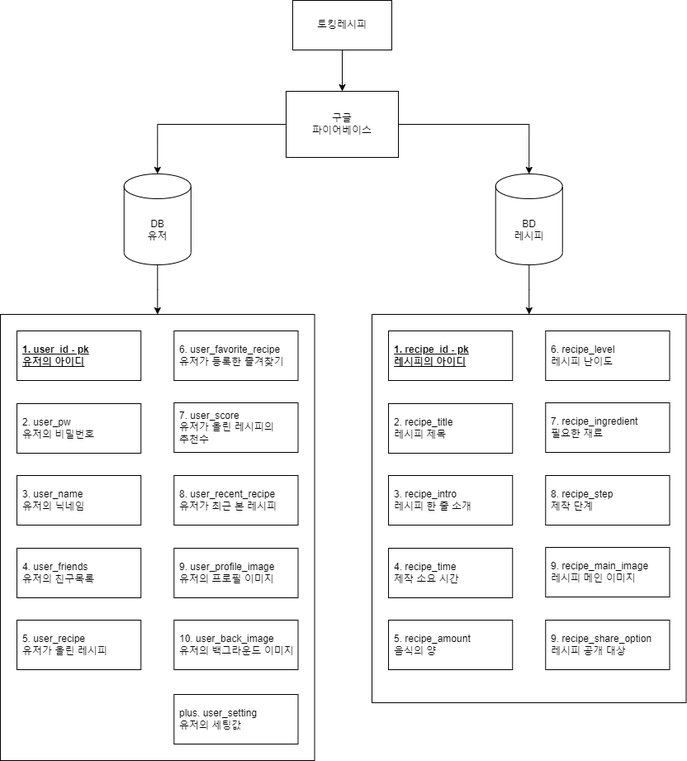
Before: 데이터베이스 구조.png, a diagram exported from draw.io (Jiy-park/KNU-Capstone_Recipe). Source tidied: cells renumbered, new cells last; positions are measured from the earlier drawing's top-left corner, leaving out a move shared by most shapes.
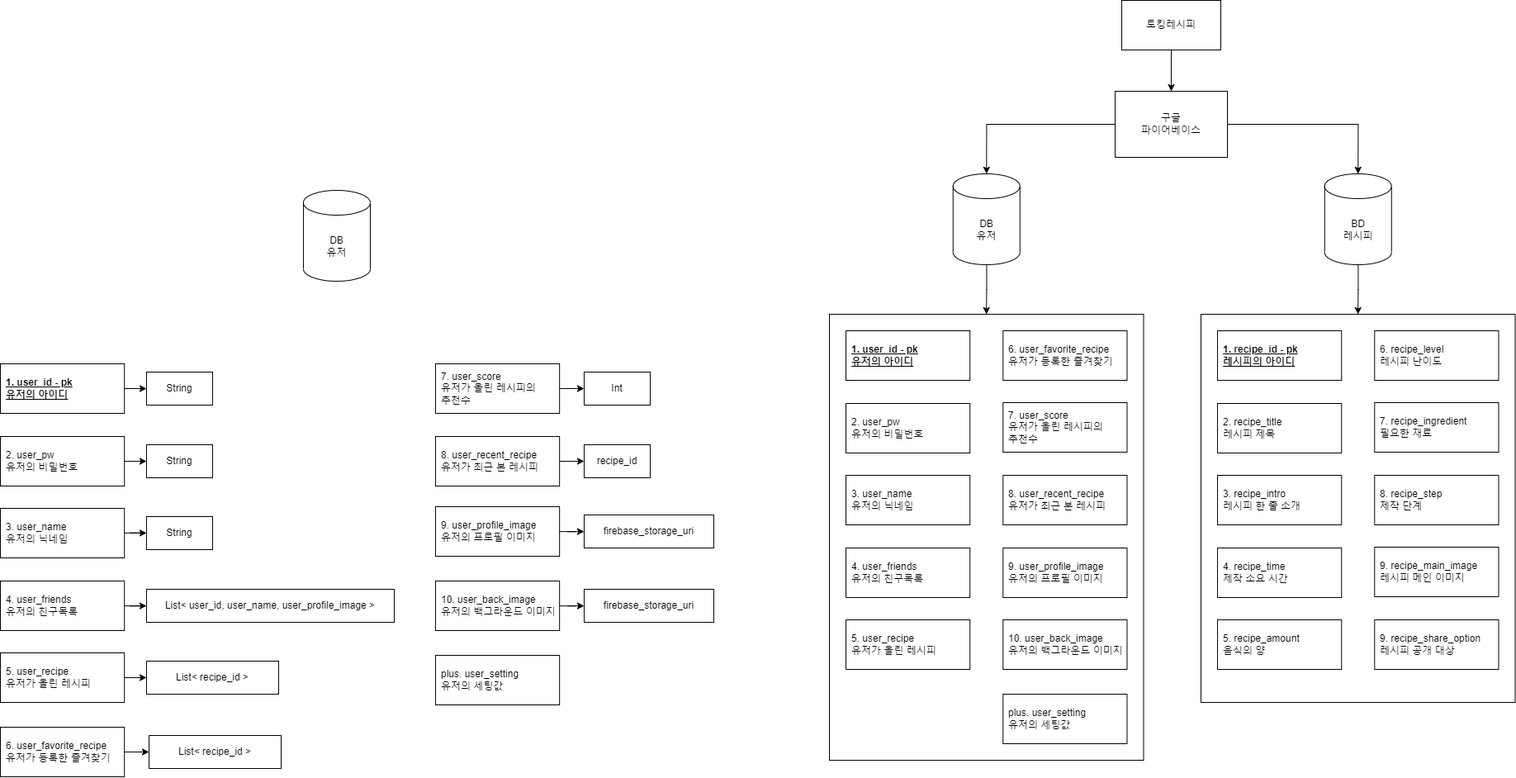
After the change.

Commit message:
데이터베이스 구조.png 업데이트

The edit, as a diff of the source:
```diff
@@ -2,34 +2,130 @@
   <root>
     <mxCell id="0" />
     <mxCell id="1" parent="0" />
-    <mxCell id="2" style="edgeStyle=orthogonalEdgeStyle;rounded=0;jettySize=auto;html=1;" parent="1" edge="1" source="3" target="23">
-      <mxGeometry relative="1" as="geometry" />
-    </mxCell>
+    <mxCell id="35" style="group;" parent="1" vertex="1">
+      <mxGeometry x="-1004" y="230" width="863.9" height="710" as="geometry" />
+    </mxCell>
+    <mxCell id="36" value="DB&lt;br style=&quot;font-size: 12px;&quot;&gt;유저" style="shape=cylinder3;whiteSpace=wrap;html=1;boundedLbl=1;backgroundOutline=1;size=15;fontSize=12;" parent="35" vertex="1">
+      <mxGeometry x="367" width="81" height="110" as="geometry" />
+    </mxCell>
+    <mxCell id="37" value="&lt;u style=&quot;border-color: var(--border-color);&quot;&gt;1. user_id - pk&lt;br style=&quot;border-color: var(--border-color);&quot;&gt;유저의 아이디&lt;/u&gt;" style="rounded=0;whiteSpace=wrap;html=1;fontSize=12;flipV=0;align=left;fontStyle=1;spacingRight=0;spacingLeft=5;" parent="35" vertex="1">
+      <mxGeometry y="210" width="150.2" height="60" as="geometry" />
+    </mxCell>
+    <mxCell id="38" value="2. user_pw&lt;br style=&quot;font-size: 12px;&quot;&gt;유저의 비밀번호" style="rounded=0;whiteSpace=wrap;html=1;fontSize=12;flipV=0;align=left;spacingRight=0;spacingLeft=5;" parent="35" vertex="1">
+      <mxGeometry y="298" width="150.2" height="60" as="geometry" />
+    </mxCell>
+    <mxCell id="39" value="3. user_name&lt;br style=&quot;font-size: 12px;&quot;&gt;유저의 닉네임" style="rounded=0;whiteSpace=wrap;html=1;fontSize=12;flipV=0;align=left;spacingRight=0;spacingLeft=5;" parent="35" vertex="1">
+      <mxGeometry y="385" width="150.2" height="60" as="geometry" />
+    </mxCell>
+    <mxCell id="40" value="4. user_friends&lt;br style=&quot;font-size: 12px;&quot;&gt;유저의 친구목록" style="rounded=0;whiteSpace=wrap;html=1;fontSize=12;flipV=0;align=left;spacingRight=0;spacingLeft=5;" parent="35" vertex="1">
+      <mxGeometry y="473" width="150.2" height="60" as="geometry" />
+    </mxCell>
+    <mxCell id="41" value="5. user_recipe&lt;br&gt;유저가 올린 레시피" style="rounded=0;whiteSpace=wrap;html=1;fontSize=12;flipV=0;align=left;spacingRight=0;spacingLeft=5;" parent="35" vertex="1">
+      <mxGeometry y="560" width="150.2" height="60" as="geometry" />
+    </mxCell>
+    <mxCell id="42" value="6. user_favorite_recipe&lt;br&gt;유저가 등록한 즐겨찾기" style="rounded=0;whiteSpace=wrap;html=1;fontSize=12;flipV=0;align=left;spacingRight=0;spacingLeft=5;" parent="35" vertex="1">
+      <mxGeometry y="650" width="150.2" height="60" as="geometry" />
+    </mxCell>
+    <mxCell id="43" value="7. user_score&lt;br&gt;유저가 올린 레시피의 &lt;br&gt;추천수" style="rounded=0;whiteSpace=wrap;html=1;fontSize=12;flipV=0;align=left;spacingRight=0;spacingLeft=5;" parent="35" vertex="1">
+      <mxGeometry x="527" y="210" width="150.2" height="60" as="geometry" />
+    </mxCell>
+    <mxCell id="44" value="8. user_recent_recipe&lt;br&gt;유저가 최근 본 레시피" style="rounded=0;whiteSpace=wrap;html=1;fontSize=12;flipV=0;align=left;spacingRight=0;spacingLeft=5;" parent="35" vertex="1">
+      <mxGeometry x="527" y="298" width="150.2" height="60" as="geometry" />
+    </mxCell>
+    <mxCell id="45" value="plus. user_setting&lt;br&gt;유저의 세팅값" style="rounded=0;whiteSpace=wrap;html=1;fontSize=12;flipV=0;align=left;spacingRight=0;spacingLeft=5;" parent="35" vertex="1">
+      <mxGeometry x="527" y="563" width="150.2" height="60" as="geometry" />
+    </mxCell>
+    <mxCell id="46" value="&lt;span style=&quot;font-weight: normal;&quot;&gt;String&lt;br&gt;&lt;/span&gt;" style="rounded=0;whiteSpace=wrap;html=1;fontSize=12;flipV=1;align=center;fontStyle=1;spacingRight=0;spacingLeft=0;" parent="35" vertex="1">
+      <mxGeometry x="177" y="220" width="80" height="40" as="geometry" />
+    </mxCell>
+    <mxCell id="47" style="edgeStyle=orthogonalEdgeStyle;rounded=0;jettySize=auto;html=1;" parent="35" edge="1" source="37" target="46">
+      <mxGeometry relative="1" as="geometry" />
+    </mxCell>
+    <mxCell id="48" value="&lt;span style=&quot;font-weight: normal;&quot;&gt;String&lt;br&gt;&lt;/span&gt;" style="rounded=0;whiteSpace=wrap;html=1;fontSize=12;flipV=1;align=center;fontStyle=1;spacingRight=0;spacingLeft=0;" parent="35" vertex="1">
+      <mxGeometry x="177" y="308" width="80" height="40" as="geometry" />
+    </mxCell>
+    <mxCell id="49" style="edgeStyle=orthogonalEdgeStyle;rounded=0;jettySize=auto;html=1;" parent="35" edge="1" source="38" target="48">
+      <mxGeometry relative="1" as="geometry" />
+    </mxCell>
+    <mxCell id="50" value="&lt;span style=&quot;font-weight: normal;&quot;&gt;String&lt;br&gt;&lt;/span&gt;" style="rounded=0;whiteSpace=wrap;html=1;fontSize=12;flipV=1;align=center;fontStyle=1;spacingRight=0;spacingLeft=0;" parent="35" vertex="1">
+      <mxGeometry x="177" y="395" width="80" height="40" as="geometry" />
+    </mxCell>
+    <mxCell id="51" style="edgeStyle=orthogonalEdgeStyle;rounded=0;jettySize=auto;html=1;" parent="35" edge="1" source="39" target="50">
+      <mxGeometry relative="1" as="geometry" />
+    </mxCell>
+    <mxCell id="52" value="&lt;span style=&quot;font-weight: normal;&quot;&gt;Int&lt;br&gt;&lt;/span&gt;" style="rounded=0;whiteSpace=wrap;html=1;fontSize=12;flipV=1;align=center;fontStyle=1;spacingRight=0;spacingLeft=0;" parent="35" vertex="1">
+      <mxGeometry x="707" y="220" width="80" height="40" as="geometry" />
+    </mxCell>
+    <mxCell id="53" style="edgeStyle=orthogonalEdgeStyle;rounded=0;jettySize=auto;html=1;" parent="35" edge="1" source="43" target="52">
+      <mxGeometry relative="1" as="geometry" />
+    </mxCell>
+    <mxCell id="54" value="&lt;span style=&quot;font-weight: 400;&quot;&gt;recipe_id&lt;/span&gt;" style="rounded=0;whiteSpace=wrap;html=1;fontSize=12;flipV=1;align=center;fontStyle=1;spacingRight=0;spacingLeft=0;" parent="35" vertex="1">
+      <mxGeometry x="707" y="308" width="80" height="40" as="geometry" />
+    </mxCell>
+    <mxCell id="55" style="edgeStyle=orthogonalEdgeStyle;rounded=0;jettySize=auto;html=1;" parent="35" edge="1" source="44" target="54">
+      <mxGeometry relative="1" as="geometry" />
+    </mxCell>
+    <mxCell id="56" value="&lt;span style=&quot;font-weight: normal;&quot;&gt;List&amp;lt; user_id, user_name, user_profile_image &amp;gt;&lt;br&gt;&lt;/span&gt;" style="rounded=0;whiteSpace=wrap;html=1;fontSize=12;flipV=1;align=center;fontStyle=1;spacingRight=0;spacingLeft=0;" parent="35" vertex="1">
+      <mxGeometry x="177" y="483" width="300" height="40" as="geometry" />
+    </mxCell>
+    <mxCell id="57" style="edgeStyle=orthogonalEdgeStyle;rounded=0;jettySize=auto;html=1;" parent="35" edge="1" source="40" target="56">
+      <mxGeometry relative="1" as="geometry" />
+    </mxCell>
+    <mxCell id="58" value="&lt;span style=&quot;font-weight: normal;&quot;&gt;List&amp;lt; recipe_id &amp;gt;&lt;br&gt;&lt;/span&gt;" style="rounded=0;whiteSpace=wrap;html=1;fontSize=12;flipV=1;align=center;fontStyle=1;spacingRight=0;spacingLeft=0;" parent="35" vertex="1">
+      <mxGeometry x="177" y="570" width="160" height="40" as="geometry" />
+    </mxCell>
+    <mxCell id="59" style="edgeStyle=orthogonalEdgeStyle;rounded=0;jettySize=auto;html=1;" parent="35" edge="1" source="41" target="58">
+      <mxGeometry relative="1" as="geometry" />
+    </mxCell>
+    <mxCell id="60" value="&lt;span style=&quot;font-weight: normal;&quot;&gt;List&amp;lt; recipe_id &amp;gt;&lt;br&gt;&lt;/span&gt;" style="rounded=0;whiteSpace=wrap;html=1;fontSize=12;flipV=1;align=center;fontStyle=1;spacingRight=0;spacingLeft=0;" parent="35" vertex="1">
+      <mxGeometry x="180" y="660" width="160" height="40" as="geometry" />
+    </mxCell>
+    <mxCell id="61" style="edgeStyle=orthogonalEdgeStyle;rounded=0;jettySize=auto;html=1;" parent="35" edge="1" source="42" target="60">
+      <mxGeometry relative="1" as="geometry" />
+    </mxCell>
+    <mxCell id="62" value="9. user_profile_image&lt;br style=&quot;border-color: var(--border-color);&quot;&gt;유저의 프로필 이미지" style="rounded=0;whiteSpace=wrap;html=1;fontSize=12;flipV=0;align=left;spacingRight=0;spacingLeft=5;" parent="35" vertex="1">
+      <mxGeometry x="527" y="383" width="150.2" height="60" as="geometry" />
+    </mxCell>
+    <mxCell id="63" value="&lt;span style=&quot;font-weight: 400;&quot;&gt;firebase_storage_uri&lt;/span&gt;" style="rounded=0;whiteSpace=wrap;html=1;fontSize=12;flipV=1;align=center;fontStyle=1;spacingRight=0;spacingLeft=0;" parent="35" vertex="1">
+      <mxGeometry x="707" y="393" width="157" height="40" as="geometry" />
+    </mxCell>
+    <mxCell id="64" style="edgeStyle=orthogonalEdgeStyle;rounded=0;jettySize=auto;html=1;" parent="35" edge="1" source="62" target="63">
+      <mxGeometry relative="1" as="geometry" />
+    </mxCell>
+    <mxCell id="65" value="10. user_back_image&lt;br style=&quot;border-color: var(--border-color);&quot;&gt;유저의 백그라운드 이미지" style="rounded=0;whiteSpace=wrap;html=1;fontSize=12;flipV=0;align=left;spacingRight=0;spacingLeft=5;" parent="35" vertex="1">
+      <mxGeometry x="527" y="473" width="150.2" height="60" as="geometry" />
+    </mxCell>
+    <mxCell id="66" value="&lt;span style=&quot;font-weight: normal;&quot;&gt;firebase_storage_uri&lt;/span&gt;" style="rounded=0;whiteSpace=wrap;html=1;fontSize=12;flipV=1;align=center;fontStyle=1;spacingRight=0;spacingLeft=0;" parent="35" vertex="1">
+      <mxGeometry x="707" y="483" width="157" height="40" as="geometry" />
+    </mxCell>
+    <mxCell id="67" style="edgeStyle=orthogonalEdgeStyle;rounded=0;jettySize=auto;html=1;" parent="35" edge="1" source="65" target="66">
+      <mxGeometry relative="1" as="geometry" />
+    </mxCell>
+    <mxCell id="68" style="group;" parent="1" vertex="1">
+      <mxGeometry width="830.5" height="920" as="geometry" />
+    </mxCell>
-    <mxCell id="3" value="DB&lt;br style=&quot;font-size: 12px;&quot;&gt;유저" style="shape=cylinder3;whiteSpace=wrap;html=1;boundedLbl=1;backgroundOutline=1;size=15;fontSize=12;" parent="1" vertex="1">
+    <mxCell id="3" value="DB&lt;br style=&quot;font-size: 12px;&quot;&gt;유저" style="shape=cylinder3;whiteSpace=wrap;html=1;boundedLbl=1;backgroundOutline=1;size=15;fontSize=12;" parent="68" vertex="1">
       <mxGeometry x="149.8" y="210" width="81" height="110" as="geometry" />
     </mxCell>
-    <mxCell id="4" style="edgeStyle=orthogonalEdgeStyle;rounded=0;jettySize=auto;html=1;" parent="1" edge="1" source="5" target="12">
-      <mxGeometry relative="1" as="geometry" />
-    </mxCell>
-    <mxCell id="5" value="BD&lt;br style=&quot;font-size: 12px;&quot;&gt;레시피" style="shape=cylinder3;whiteSpace=wrap;html=1;boundedLbl=1;backgroundOutline=1;size=15;fontSize=12;" parent="1" vertex="1">
+    <mxCell id="5" value="BD&lt;br style=&quot;font-size: 12px;&quot;&gt;레시피" style="shape=cylinder3;whiteSpace=wrap;html=1;boundedLbl=1;backgroundOutline=1;size=15;fontSize=12;" parent="68" vertex="1">
       <mxGeometry x="599.8" y="210" width="81" height="110" as="geometry" />
     </mxCell>
-    <mxCell id="6" style="edgeStyle=orthogonalEdgeStyle;rounded=0;jettySize=auto;html=1;entryX=0.5;entryY=0;entryDx=0;entryDy=0;entryPerimeter=0;fontSize=12;" parent="1" edge="1" source="8" target="3">
+    <mxCell id="6" style="edgeStyle=orthogonalEdgeStyle;rounded=0;jettySize=auto;html=1;entryX=0.5;entryY=0;entryDx=0;entryDy=0;entryPerimeter=0;fontSize=12;" parent="68" edge="1" source="8" target="3">
       <mxGeometry relative="1" as="geometry" />
     </mxCell>
-    <mxCell id="7" style="edgeStyle=orthogonalEdgeStyle;rounded=0;jettySize=auto;html=1;entryX=0.5;entryY=0;entryDx=0;entryDy=0;entryPerimeter=0;fontSize=12;" parent="1" edge="1" source="8" target="5">
+    <mxCell id="7" style="edgeStyle=orthogonalEdgeStyle;rounded=0;jettySize=auto;html=1;entryX=0.5;entryY=0;entryDx=0;entryDy=0;entryPerimeter=0;fontSize=12;" parent="68" edge="1" source="8" target="5">
       <mxGeometry relative="1" as="geometry" />
     </mxCell>
-    <mxCell id="8" value="구글 &lt;br style=&quot;font-size: 12px;&quot;&gt;파이어베이스" style="whiteSpace=wrap;html=1;fontSize=12;" parent="1" vertex="1">
+    <mxCell id="8" value="구글 &lt;br style=&quot;font-size: 12px;&quot;&gt;파이어베이스" style="whiteSpace=wrap;html=1;fontSize=12;" parent="68" vertex="1">
       <mxGeometry x="346" y="110" width="136" height="80" as="geometry" />
     </mxCell>
-    <mxCell id="9" style="edgeStyle=orthogonalEdgeStyle;rounded=0;jettySize=auto;html=1;entryX=0.5;entryY=0;entryDx=0;entryDy=0;" parent="1" edge="1" source="10" target="8">
+    <mxCell id="9" style="edgeStyle=orthogonalEdgeStyle;rounded=0;jettySize=auto;html=1;entryX=0.5;entryY=0;entryDx=0;entryDy=0;" parent="68" edge="1" source="10" target="8">
       <mxGeometry relative="1" as="geometry" />
     </mxCell>
-    <mxCell id="10" value="&lt;font style=&quot;font-size: 12px;&quot;&gt;토킹레시피&lt;/font&gt;" style="rounded=0;whiteSpace=wrap;html=1;fontSize=12;" parent="1" vertex="1">
+    <mxCell id="10" value="&lt;font style=&quot;font-size: 12px;&quot;&gt;토킹레시피&lt;/font&gt;" style="rounded=0;whiteSpace=wrap;html=1;fontSize=12;" parent="68" vertex="1">
       <mxGeometry x="354" width="120" height="60" as="geometry" />
     </mxCell>
-    <mxCell id="11" style="group;" parent="1" vertex="1">
+    <mxCell id="11" style="group;" parent="68" vertex="1">
       <mxGeometry x="450" y="380" width="380.5" height="470" as="geometry" />
     </mxCell>
     <mxCell id="12" style="rounded=0;whiteSpace=wrap;html=1;" parent="11" vertex="1">
@@ -65,41 +161,50 @@
     <mxCell id="22" value="9. recipe_share_option&lt;br&gt;레시피 공개 대상" style="rounded=0;whiteSpace=wrap;html=1;fontSize=12;flipV=1;align=left;spacingRight=0;spacingLeft=5;" parent="11" vertex="1">
       <mxGeometry x="210.3" y="370" width="150.2" height="60" as="geometry" />
     </mxCell>
+    <mxCell id="4" style="edgeStyle=orthogonalEdgeStyle;rounded=0;jettySize=auto;html=1;" parent="68" edge="1" source="5" target="12">
+      <mxGeometry relative="1" as="geometry" />
+    </mxCell>
+    <mxCell id="69" style="group;" parent="68" vertex="1">
+      <mxGeometry y="380" width="380.5" height="540" as="geometry" />
+    </mxCell>
-    <mxCell id="23" style="rounded=0;whiteSpace=wrap;html=1;" parent="1" vertex="1">
-      <mxGeometry y="380" width="380.5" height="540" as="geometry" />
+    <mxCell id="23" style="rounded=0;whiteSpace=wrap;html=1;" parent="69" vertex="1">
+      <mxGeometry width="380.5" height="540" as="geometry" />
     </mxCell>
-    <mxCell id="24" value="&lt;u&gt;1. user_id - pk&lt;br style=&quot;font-size: 12px;&quot;&gt;유저의 아이디&lt;/u&gt;" style="rounded=0;whiteSpace=wrap;html=1;fontSize=12;flipV=1;align=left;fontStyle=1;spacingRight=0;spacingLeft=5;" parent="1" vertex="1">
-      <mxGeometry x="20" y="400" width="150.2" height="60" as="geometry" />
+    <mxCell id="24" value="&lt;u&gt;1. user_id - pk&lt;br style=&quot;font-size: 12px;&quot;&gt;유저의 아이디&lt;/u&gt;" style="rounded=0;whiteSpace=wrap;html=1;fontSize=12;flipV=1;align=left;fontStyle=1;spacingRight=0;spacingLeft=5;" parent="69" vertex="1">
+      <mxGeometry x="20" y="20" width="150.2" height="60" as="geometry" />
     </mxCell>
-    <mxCell id="25" value="2. user_pw&lt;br style=&quot;font-size: 12px;&quot;&gt;유저의 비밀번호" style="rounded=0;whiteSpace=wrap;html=1;fontSize=12;flipV=1;align=left;spacingRight=0;spacingLeft=5;" parent="1" vertex="1">
-      <mxGeometry x="20" y="488" width="150.2" height="60" as="geometry" />
+    <mxCell id="25" value="2. user_pw&lt;br style=&quot;font-size: 12px;&quot;&gt;유저의 비밀번호" style="rounded=0;whiteSpace=wrap;html=1;fontSize=12;flipV=1;align=left;spacingRight=0;spacingLeft=5;" parent="69" vertex="1">
+      <mxGeometry x="20" y="108" width="150.2" height="60" as="geometry" />
     </mxCell>
-    <mxCell id="26" value="3. user_name&lt;br style=&quot;font-size: 12px;&quot;&gt;유저의 닉네임" style="rounded=0;whiteSpace=wrap;html=1;fontSize=12;flipV=1;align=left;spacingRight=0;spacingLeft=5;" parent="1" vertex="1">
-      <mxGeometry x="20" y="575" width="150.2" height="60" as="geometry" />
+    <mxCell id="26" value="3. user_name&lt;br style=&quot;font-size: 12px;&quot;&gt;유저의 닉네임" style="rounded=0;whiteSpace=wrap;html=1;fontSize=12;flipV=1;align=left;spacingRight=0;spacingLeft=5;" parent="69" vertex="1">
+      <mxGeometry x="20" y="195" width="150.2" height="60" as="geometry" />
     </mxCell>
-    <mxCell id="27" value="4. user_friends&lt;br style=&quot;font-size: 12px;&quot;&gt;유저의 친구목록" style="rounded=0;whiteSpace=wrap;html=1;fontSize=12;flipV=1;align=left;spacingRight=0;spacingLeft=5;" parent="1" vertex="1">
-      <mxGeometry x="20" y="663" width="150.2" height="60" as="geometry" />
+    <mxCell id="27" value="4. user_friends&lt;br style=&quot;font-size: 12px;&quot;&gt;유저의 친구목록" style="rounded=0;whiteSpace=wrap;html=1;fontSize=12;flipV=1;align=left;spacingRight=0;spacingLeft=5;" parent="69" vertex="1">
+      <mxGeometry x="20" y="283" width="150.2" height="60" as="geometry" />
     </mxCell>
-    <mxCell id="28" value="5. user_recipe&lt;br&gt;유저가 올린 레시피" style="rounded=0;whiteSpace=wrap;html=1;fontSize=12;flipV=1;align=left;spacingRight=0;spacingLeft=5;" parent="1" vertex="1">
-      <mxGeometry x="20" y="750" width="150.2" height="60" as="geometry" />
+    <mxCell id="28" value="5. user_recipe&lt;br&gt;유저가 올린 레시피" style="rounded=0;whiteSpace=wrap;html=1;fontSize=12;flipV=1;align=left;spacingRight=0;spacingLeft=5;" parent="69" vertex="1">
+      <mxGeometry x="20" y="370" width="150.2" height="60" as="geometry" />
     </mxCell>
-    <mxCell id="29" value="6. user_favorite_recipe&lt;br&gt;유저가 등록한 즐겨찾기" style="rounded=0;whiteSpace=wrap;html=1;fontSize=12;flipV=1;align=left;spacingRight=0;spacingLeft=5;" parent="1" vertex="1">
-      <mxGeometry x="210.3" y="400" width="150.2" height="60" as="geometry" />
+    <mxCell id="29" value="6. user_favorite_recipe&lt;br&gt;유저가 등록한 즐겨찾기" style="rounded=0;whiteSpace=wrap;html=1;fontSize=12;flipV=1;align=left;spacingRight=0;spacingLeft=5;" parent="69" vertex="1">
+      <mxGeometry x="210.3" y="20" width="150.2" height="60" as="geometry" />
     </mxCell>
-    <mxCell id="30" value="7. user_score&lt;br&gt;유저가 올린 레시피의 &lt;br&gt;추천수" style="rounded=0;whiteSpace=wrap;html=1;fontSize=12;flipV=1;align=left;spacingRight=0;spacingLeft=5;" parent="1" vertex="1">
-      <mxGeometry x="210.3" y="487" width="150.2" height="60" as="geometry" />
+    <mxCell id="30" value="7. user_score&lt;br&gt;유저가 올린 레시피의 &lt;br&gt;추천수" style="rounded=0;whiteSpace=wrap;html=1;fontSize=12;flipV=1;align=left;spacingRight=0;spacingLeft=5;" parent="69" vertex="1">
+      <mxGeometry x="210.3" y="107" width="150.2" height="60" as="geometry" />
     </mxCell>
-    <mxCell id="31" value="8. user_recent_recipe&lt;br&gt;유저가 최근 본 레시피" style="rounded=0;whiteSpace=wrap;html=1;fontSize=12;flipV=1;align=left;spacingRight=0;spacingLeft=5;" parent="1" vertex="1">
-      <mxGeometry x="210.3" y="575" width="150.2" height="60" as="geometry" />
+    <mxCell id="31" value="8. user_recent_recipe&lt;br&gt;유저가 최근 본 레시피" style="rounded=0;whiteSpace=wrap;html=1;fontSize=12;flipV=1;align=left;spacingRight=0;spacingLeft=5;" parent="69" vertex="1">
+      <mxGeometry x="210.3" y="195" width="150.2" height="60" as="geometry" />
     </mxCell>
-    <mxCell id="32" value="plus. user_setting&lt;br&gt;유저의 세팅값" style="rounded=0;whiteSpace=wrap;html=1;fontSize=12;flipV=1;align=left;spacingRight=0;spacingLeft=5;" parent="1" vertex="1">
-      <mxGeometry x="210.3" y="840" width="150.2" height="60" as="geometry" />
+    <mxCell id="32" value="plus. user_setting&lt;br&gt;유저의 세팅값" style="rounded=0;whiteSpace=wrap;html=1;fontSize=12;flipV=1;align=left;spacingRight=0;spacingLeft=5;" parent="69" vertex="1">
+      <mxGeometry x="210.3" y="460" width="150.2" height="60" as="geometry" />
     </mxCell>
-    <mxCell id="33" value="9. user_profile_image&lt;br&gt;유저의 프로필 이미지" style="rounded=0;whiteSpace=wrap;html=1;fontSize=12;flipV=1;align=left;spacingRight=0;spacingLeft=5;" parent="1" vertex="1">
-      <mxGeometry x="210.3" y="663" width="150.2" height="60" as="geometry" />
+    <mxCell id="33" value="9. user_profile_image&lt;br&gt;유저의 프로필 이미지" style="rounded=0;whiteSpace=wrap;html=1;fontSize=12;flipV=1;align=left;spacingRight=0;spacingLeft=5;" parent="69" vertex="1">
+      <mxGeometry x="210.3" y="283" width="150.2" height="60" as="geometry" />
     </mxCell>
-    <mxCell id="34" value="10. user_back_image&lt;br&gt;유저의 백그라운드 이미지" style="rounded=0;whiteSpace=wrap;html=1;fontSize=12;flipV=1;align=left;spacingRight=0;spacingLeft=5;" parent="1" vertex="1">
-      <mxGeometry x="210.3" y="750" width="150.2" height="60" as="geometry" />
+    <mxCell id="34" value="10. user_back_image&lt;br&gt;유저의 백그라운드 이미지" style="rounded=0;whiteSpace=wrap;html=1;fontSize=12;flipV=1;align=left;spacingRight=0;spacingLeft=5;" parent="69" vertex="1">
+      <mxGeometry x="210.3" y="370" width="150.2" height="60" as="geometry" />
     </mxCell>
+    <mxCell id="2" style="edgeStyle=orthogonalEdgeStyle;rounded=0;jettySize=auto;html=1;" parent="68" edge="1" source="3" target="23">
+      <mxGeometry relative="1" as="geometry" />
+    </mxCell>
   </root>
 </mxGraphModel>
```
